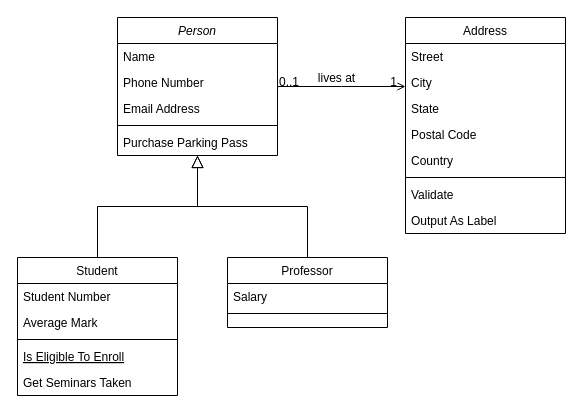
This is Untitled Diagram.drawio from robles666/Apuntes, a draw.io file, before an edit. Source tidied: cells renumbered, new cells numbered last; positions are measured from the earlier drawing's top-left corner, leaving out a move shared by most shapes. Both pictures are drawn from the tidied source at 100%, with x=0, y=0 at pixel (17, 17).
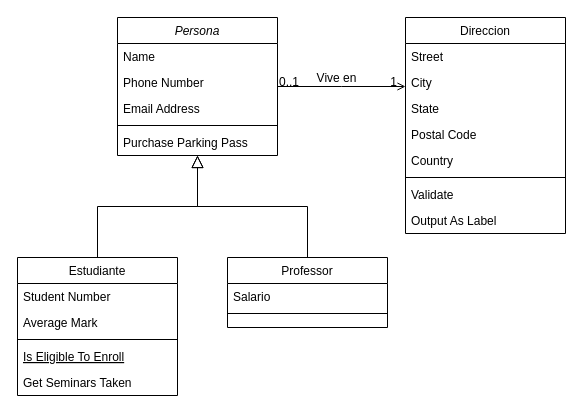
After the change.

The change refers to these unchanged cells:
```xml
<mxCell id="15" value="Professor" style="swimlane;fontStyle=0;align=center;verticalAlign=top;horizontal=1;startSize=26;rounded=0;shadow=0;strokeWidth=1;" parent="1" vertex="1">
  <mxGeometry x="210" y="240" width="160" height="70" as="geometry" />
</mxCell>
<mxCell id="28" style="endArrow=open;shadow=0;strokeWidth=1;rounded=0;endFill=1;edgeStyle=elbowEdgeStyle;elbow=vertical;" parent="1" edge="1" source="2" target="19">
  <mxGeometry x="0.5" y="41" relative="1" as="geometry">
    <mxPoint x="-40" y="32" as="offset" />
  </mxGeometry>
</mxCell>
```

What changed in the source:
```diff
@@
-    <mxCell id="2" value="Person" style="swimlane;fontStyle=2;align=center;verticalAlign=top;horizontal=1;startSize=26;rounded=0;shadow=0;strokeWidth=1;" parent="1" vertex="1">
+    <mxCell id="2" value="Persona" style="swimlane;fontStyle=2;align=center;verticalAlign=top;horizontal=1;startSize=26;rounded=0;shadow=0;strokeWidth=1;" parent="1" vertex="1">
       <mxGeometry x="100" width="160" height="138" as="geometry" />
     </mxCell>
@@
-    <mxCell id="8" value="Student" style="swimlane;fontStyle=0;align=center;verticalAlign=top;horizontal=1;startSize=26;rounded=0;shadow=0;strokeWidth=1;" parent="1" vertex="1">
+    <mxCell id="8" value="Estudiante" style="swimlane;fontStyle=0;align=center;verticalAlign=top;horizontal=1;startSize=26;rounded=0;shadow=0;strokeWidth=1;" parent="1" vertex="1">
       <mxGeometry y="240" width="160" height="138" as="geometry" />
     </mxCell>
@@
-    <mxCell id="16" value="Salary" style="text;align=left;verticalAlign=top;spacingLeft=4;spacingRight=4;overflow=hidden;" parent="15" vertex="1">
+    <mxCell id="16" value="Salario" style="text;align=left;verticalAlign=top;spacingLeft=4;spacingRight=4;overflow=hidden;" parent="15" vertex="1">
       <mxGeometry y="26" width="160" height="26" as="geometry" />
     </mxCell>
@@
-    <mxCell id="19" value="Address" style="swimlane;fontStyle=0;align=center;verticalAlign=top;horizontal=1;startSize=26;rounded=0;shadow=0;strokeWidth=1;" parent="1" vertex="1">
+    <mxCell id="19" value="Direccion" style="swimlane;fontStyle=0;align=center;verticalAlign=top;horizontal=1;startSize=26;rounded=0;shadow=0;strokeWidth=1;" parent="1" vertex="1">
       <mxGeometry x="388" width="160" height="216" as="geometry" />
     </mxCell>
@@
-    <mxCell id="31" value="lives at" style="text;html=1;align=center;verticalAlign=middle;labelBackgroundColor=none;rounded=0;shadow=0;strokeWidth=1;fontSize=12;" parent="28" vertex="1">
+    <mxCell id="31" value="Vive en" style="text;html=1;align=center;verticalAlign=middle;labelBackgroundColor=none;rounded=0;shadow=0;strokeWidth=1;fontSize=12;" parent="28" vertex="1">
       <mxGeometry x="0.5" y="49" relative="1" as="geometry">
         <mxPoint x="-38" y="40" as="offset" />
       </mxGeometry>
     </mxCell>
```
